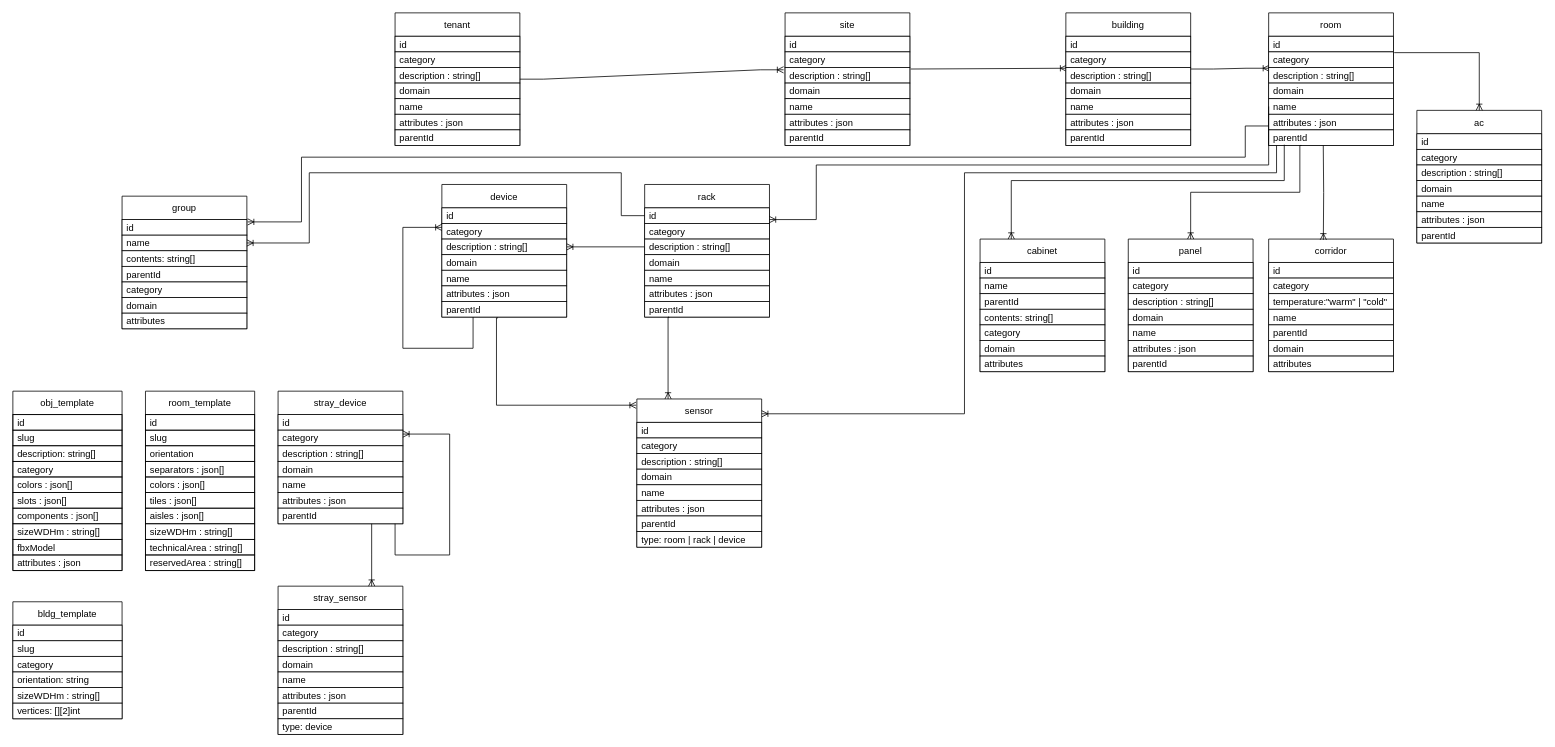
Before: resources/diagrams/DB.drawio in ditrit/OGrEE-Core, a draw.io diagram. Source tidied: cells renumbered, new cells numbered last; positions are measured from the earlier drawing's top-left corner, leaving out a move shared by most shapes. Both pictures are drawn from the tidied source at 78%, with x=0, y=0 at pixel (12, 12).
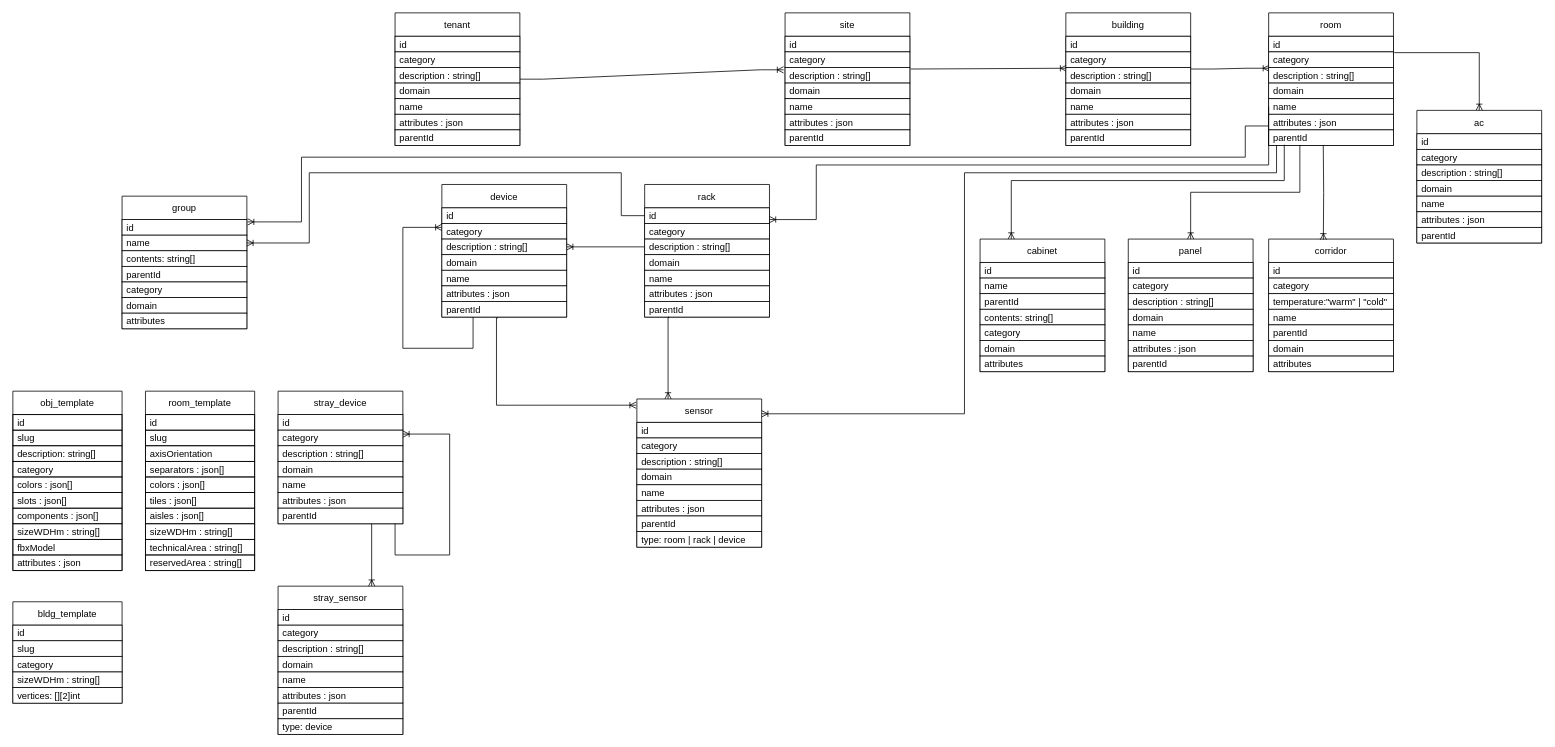
The same diagram, later.

Commit message (it also covers changes not shown here):
Updated Room & Bldg Templates in DB Diagram

The change refers to these unchanged cells:
```xml
<mxCell id="13" value="room_template" style="swimlane;fontStyle=0;horizontal=1;startSize=30;fontColor=default;strokeColor=default;fillColor=default;" parent="1" vertex="1">
  <mxGeometry x="170" y="485" width="140" height="230" as="geometry" />
</mxCell>
```

What changed in the source:
```diff
@@
-    <mxCell id="16" value="orientation" style="text;strokeColor=default;fillColor=none;align=left;verticalAlign=middle;spacingLeft=4;spacingRight=4;overflow=hidden;fontColor=default;" parent="13" vertex="1">
+    <mxCell id="16" value="axisOrientation" style="text;strokeColor=default;fillColor=none;align=left;verticalAlign=middle;spacingLeft=4;spacingRight=4;overflow=hidden;fontColor=default;" parent="13" vertex="1">
       <mxGeometry y="70" width="140" height="20" as="geometry" />
     </mxCell>
@@
     <mxCell id="165" value="bldg_template" style="swimlane;fontStyle=0;horizontal=1;startSize=30;fillColor=default;strokeColor=default;fontColor=default;" parent="1" vertex="1">
-      <mxGeometry y="755" width="140" height="150" as="geometry" />
+      <mxGeometry y="755" width="140" height="130" as="geometry" />
     </mxCell>
@@
-    <mxCell id="169" value="orientation: string" style="text;strokeColor=default;fillColor=default;align=left;verticalAlign=middle;spacingLeft=4;spacingRight=4;overflow=hidden;fontColor=default;" parent="165" vertex="1">
-      <mxGeometry y="90" width="140" height="20" as="geometry" />
-    </mxCell>
     <mxCell id="170" value="sizeWDHm : string[]" style="text;strokeColor=default;fillColor=default;align=left;verticalAlign=middle;spacingLeft=4;spacingRight=4;overflow=hidden;fontColor=default;" parent="165" vertex="1">
-      <mxGeometry y="110" width="140" height="20" as="geometry" />
+      <mxGeometry y="90" width="140" height="20" as="geometry" />
     </mxCell>
     <mxCell id="171" value="vertices: [][2]int" style="text;strokeColor=default;fillColor=default;align=left;verticalAlign=middle;spacingLeft=4;spacingRight=4;overflow=hidden;fontColor=default;" parent="165" vertex="1">
-      <mxGeometry y="130" width="140" height="20" as="geometry" />
+      <mxGeometry y="110" width="140" height="20" as="geometry" />
     </mxCell>
```
